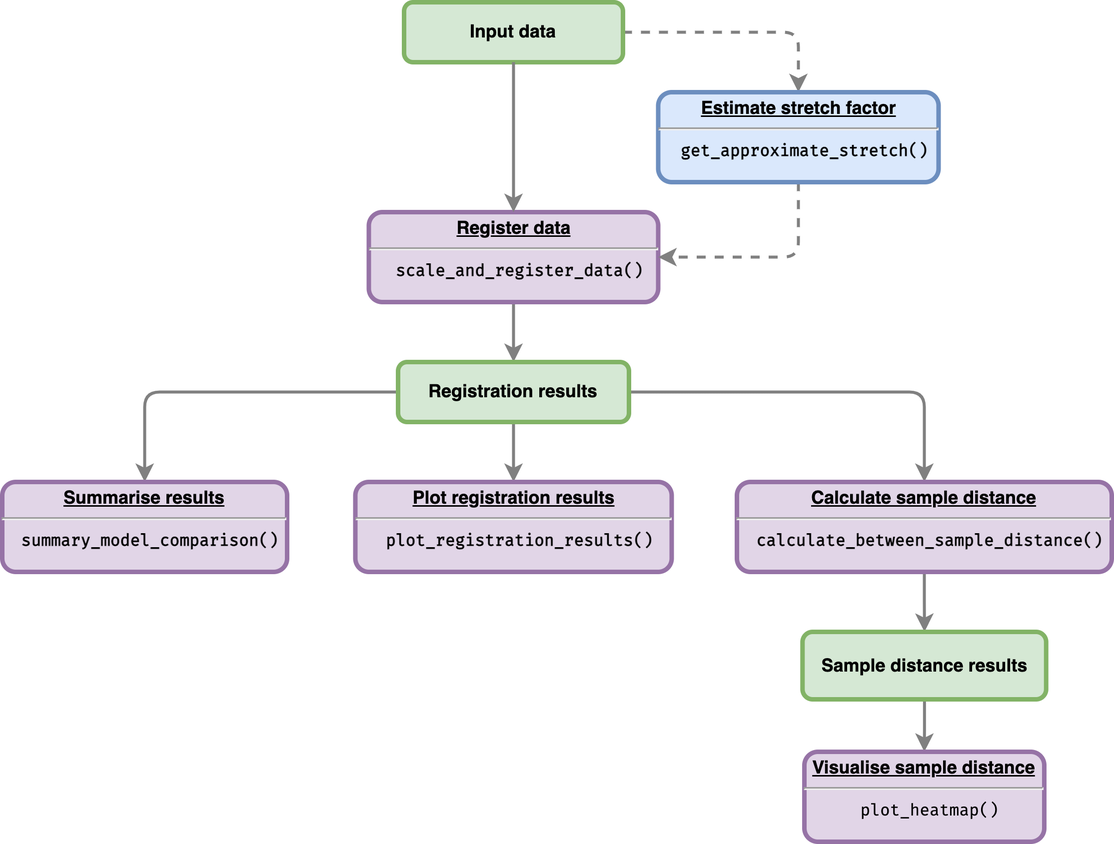
Above: man/figures/greatR_workflow.png in ruthkr/GREAT (draw.io), before the change. Source tidied: cells renumbered, new cells last; positions are measured from the earlier drawing's top-left corner, leaving out a move shared by most shapes.
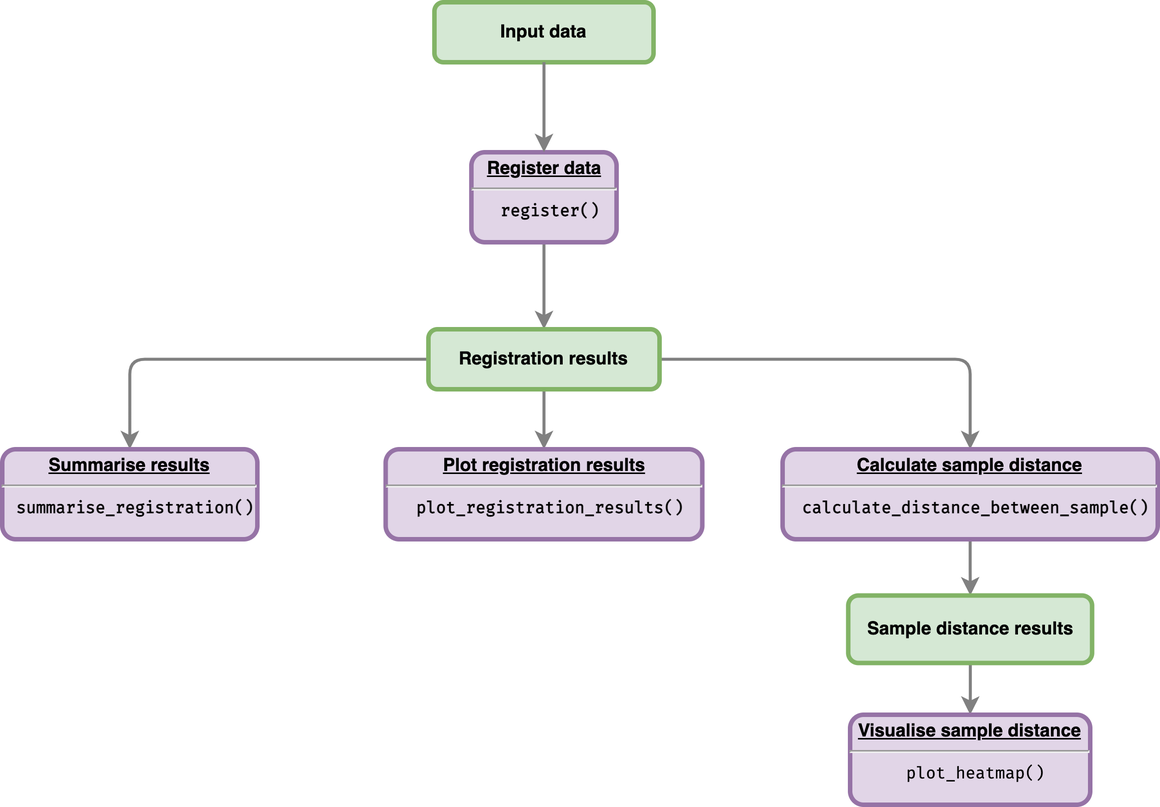
The same file after the commit.

Commit message:
updated greatR workflow

What changed in the source:
```diff
@@ -2,62 +2,53 @@
   <root>
     <mxCell id="0" />
     <mxCell id="1" parent="0" />
-    <mxCell id="2" style="edgeStyle=orthogonalEdgeStyle;rounded=0;jettySize=auto;html=1;strokeColor=#808080;strokeWidth=2;" parent="1" edge="1" source="3" target="13">
-      <mxGeometry relative="1" as="geometry" />
-    </mxCell>
-    <mxCell id="3" value="&lt;p style=&quot;margin: 0px ; margin-top: 4px ; text-align: center ; text-decoration: underline&quot;&gt;&lt;strong&gt;Register data&lt;/strong&gt;&lt;/p&gt;&lt;hr&gt;&lt;p style=&quot;margin: 0px ; margin-left: 8px&quot;&gt;&lt;font face=&quot;Fira Code&quot; style=&quot;font-size: 11px&quot;&gt;scale_and_register_data()&lt;/font&gt;&lt;br&gt;&lt;/p&gt;" style="verticalAlign=middle;align=center;overflow=fill;fontSize=12;fontFamily=Helvetica;html=1;rounded=1;fontStyle=1;strokeWidth=3;fillColor=#e1d5e7;strokeColor=#9673a6;" parent="1" vertex="1">
-      <mxGeometry x="244.5" y="140" width="193" height="60" as="geometry" />
+    <mxCell id="3" style="edgeStyle=orthogonalEdgeStyle;rounded=0;jettySize=auto;html=1;strokeColor=#808080;strokeWidth=2;" parent="1" edge="1" source="5" target="13">
+      <mxGeometry relative="1" as="geometry" />
     </mxCell>
-    <mxCell id="4" style="edgeStyle=orthogonalEdgeStyle;jettySize=auto;html=1;exitX=1;exitY=0.5;exitDx=0;exitDy=0;entryX=0.5;entryY=0;entryDx=0;entryDy=0;strokeColor=#808080;strokeWidth=2;dashed=1;rounded=1;" parent="1" edge="1" source="5" target="9">
-      <mxGeometry relative="1" as="geometry" />
-    </mxCell>
-    <mxCell id="5" value="Input data" style="whiteSpace=wrap;align=center;verticalAlign=middle;fontStyle=1;strokeWidth=3;fillColor=#d5e8d4;strokeColor=#82b366;rounded=1;" parent="1" vertex="1">
-      <mxGeometry x="268" width="146" height="40" as="geometry" />
+    <mxCell id="5" value="&lt;p style=&quot;margin: 0px ; margin-top: 4px ; text-align: center ; text-decoration: underline&quot;&gt;&lt;strong&gt;Register data&lt;/strong&gt;&lt;/p&gt;&lt;hr&gt;&lt;p style=&quot;margin: 0px ; margin-left: 8px&quot;&gt;&lt;font face=&quot;Fira Code&quot; style=&quot;font-size: 11px&quot;&gt;register(&lt;/font&gt;&lt;span style=&quot;font-size: 11px; font-family: &amp;quot;Fira Code&amp;quot;; background-color: initial;&quot;&gt;)&lt;/span&gt;&lt;/p&gt;" style="verticalAlign=middle;align=center;overflow=fill;fontSize=12;fontFamily=Helvetica;html=1;rounded=1;fontStyle=1;strokeWidth=3;fillColor=#e1d5e7;strokeColor=#9673a6;" parent="1" vertex="1">
+      <mxGeometry x="282.6" y="90" width="96.8" height="60" as="geometry" />
     </mxCell>
-    <mxCell id="6" style="edgeStyle=none;noEdgeStyle=1;strokeColor=#808080;strokeWidth=2;" parent="1" edge="1" source="5" target="3">
-      <mxGeometry relative="1" as="geometry" />
-    </mxCell>
-    <mxCell id="7" style="edgeStyle=orthogonalEdgeStyle;rounded=0;orthogonalLoop=1;jettySize=auto;html=1;exitX=0.5;exitY=1;exitDx=0;exitDy=0;" parent="1" edge="1" source="3" target="3">
-      <mxGeometry relative="1" as="geometry" />
-    </mxCell>
-    <mxCell id="8" style="edgeStyle=orthogonalEdgeStyle;rounded=1;jettySize=auto;html=1;exitX=0.5;exitY=1;exitDx=0;exitDy=0;entryX=1;entryY=0.5;entryDx=0;entryDy=0;dashed=1;strokeColor=#808080;strokeWidth=2;" parent="1" edge="1" source="9" target="3">
-      <mxGeometry relative="1" as="geometry" />
-    </mxCell>
-    <mxCell id="9" value="&lt;p style=&quot;margin: 0px ; margin-top: 4px ; text-align: center ; text-decoration: underline&quot;&gt;&lt;strong&gt;Estimate stretch factor&lt;/strong&gt;&lt;/p&gt;&lt;hr&gt;&lt;p style=&quot;margin: 0px ; margin-left: 8px&quot;&gt;&lt;font face=&quot;Fira Code&quot; style=&quot;font-size: 11px&quot;&gt;get_approximate_stretch()&lt;/font&gt;&lt;br&gt;&lt;/p&gt;" style="verticalAlign=middle;align=center;overflow=fill;fontSize=12;fontFamily=Helvetica;html=1;rounded=1;fontStyle=1;strokeWidth=3;fillColor=#dae8fc;strokeColor=#6c8ebf;" parent="1" vertex="1">
-      <mxGeometry x="437.5" y="60" width="187" height="60" as="geometry" />
-    </mxCell>
-    <mxCell id="10" style="edgeStyle=orthogonalEdgeStyle;rounded=1;jettySize=auto;html=1;strokeColor=#808080;strokeWidth=2;" parent="1" edge="1" source="13" target="14">
-      <mxGeometry relative="1" as="geometry" />
-    </mxCell>
+    <mxCell id="21" value="Input data" style="whiteSpace=wrap;align=center;verticalAlign=middle;fontStyle=1;strokeWidth=3;fillColor=#d5e8d4;strokeColor=#82b366;rounded=1;" parent="1" vertex="1">
+      <mxGeometry x="258" y="-10" width="146" height="40" as="geometry" />
+    </mxCell>
+    <mxCell id="22" style="edgeStyle=none;noEdgeStyle=1;strokeColor=#808080;strokeWidth=2;" parent="1" edge="1" source="21" target="5">
+      <mxGeometry relative="1" as="geometry" />
+    </mxCell>
+    <mxCell id="23" style="edgeStyle=orthogonalEdgeStyle;rounded=0;orthogonalLoop=1;jettySize=auto;html=1;exitX=0.5;exitY=1;exitDx=0;exitDy=0;" parent="1" edge="1" source="5" target="5">
+      <mxGeometry relative="1" as="geometry" />
+    </mxCell>
+    <mxCell id="24" style="edgeStyle=orthogonalEdgeStyle;rounded=1;jettySize=auto;html=1;strokeColor=#808080;strokeWidth=2;" parent="1" edge="1" source="13" target="26">
+      <mxGeometry relative="1" as="geometry" />
+    </mxCell>
     <mxCell id="11" style="edgeStyle=orthogonalEdgeStyle;rounded=0;jettySize=auto;html=1;entryX=0.5;entryY=0;entryDx=0;entryDy=0;strokeColor=#808080;strokeWidth=2;" parent="1" edge="1" source="13" target="15">
       <mxGeometry relative="1" as="geometry" />
     </mxCell>
-    <mxCell id="12" style="edgeStyle=orthogonalEdgeStyle;rounded=1;jettySize=auto;html=1;entryX=0.5;entryY=0;entryDx=0;entryDy=0;strokeColor=#808080;strokeWidth=2;" parent="1" edge="1" source="13" target="17">
-      <mxGeometry relative="1" as="geometry" />
-    </mxCell>
+    <mxCell id="25" style="edgeStyle=orthogonalEdgeStyle;rounded=1;jettySize=auto;html=1;entryX=0.5;entryY=0;entryDx=0;entryDy=0;strokeColor=#808080;strokeWidth=2;" parent="1" edge="1" source="13" target="28">
+      <mxGeometry relative="1" as="geometry" />
+    </mxCell>
     <mxCell id="13" value="Registration results" style="whiteSpace=wrap;align=center;verticalAlign=middle;fontStyle=1;strokeWidth=3;fillColor=#d5e8d4;strokeColor=#82b366;rounded=1;" parent="1" vertex="1">
-      <mxGeometry x="264" y="240" width="154" height="40" as="geometry" />
+      <mxGeometry x="254" y="208" width="154" height="40" as="geometry" />
     </mxCell>
-    <mxCell id="14" value="&lt;p style=&quot;margin: 0px ; margin-top: 4px ; text-align: center ; text-decoration: underline&quot;&gt;Summarise results&lt;/p&gt;&lt;hr&gt;&lt;p style=&quot;margin: 0px ; margin-left: 8px&quot;&gt;&lt;font face=&quot;Fira Code&quot; style=&quot;font-size: 11px&quot;&gt;summary_model_comparison()&lt;/font&gt;&lt;br&gt;&lt;/p&gt;" style="verticalAlign=middle;align=center;overflow=fill;fontSize=12;fontFamily=Helvetica;html=1;rounded=1;fontStyle=1;strokeWidth=3;fillColor=#e1d5e7;strokeColor=#9673a6;" parent="1" vertex="1">
-      <mxGeometry y="320" width="190" height="60" as="geometry" />
-    </mxCell>
+    <mxCell id="26" value="&lt;p style=&quot;margin: 0px ; margin-top: 4px ; text-align: center ; text-decoration: underline&quot;&gt;Summarise results&lt;/p&gt;&lt;hr&gt;&lt;p style=&quot;margin: 0px ; margin-left: 8px&quot;&gt;&lt;font face=&quot;Fira Code&quot; style=&quot;font-size: 11px&quot;&gt;summarise_registration()&lt;/font&gt;&lt;br&gt;&lt;/p&gt;" style="verticalAlign=middle;align=center;overflow=fill;fontSize=12;fontFamily=Helvetica;html=1;rounded=1;fontStyle=1;strokeWidth=3;fillColor=#e1d5e7;strokeColor=#9673a6;" parent="1" vertex="1">
+      <mxGeometry x="-30" y="288" width="170" height="60" as="geometry" />
+    </mxCell>
     <mxCell id="15" value="&lt;p style=&quot;margin: 0px ; margin-top: 4px ; text-align: center ; text-decoration: underline&quot;&gt;&lt;strong&gt;Plot registration results&lt;/strong&gt;&lt;/p&gt;&lt;hr&gt;&lt;p style=&quot;margin: 0px ; margin-left: 8px&quot;&gt;&lt;font face=&quot;Fira Code&quot; style=&quot;font-size: 11px&quot;&gt;plot_registration_results()&lt;/font&gt;&lt;br&gt;&lt;/p&gt;" style="verticalAlign=middle;align=center;overflow=fill;fontSize=12;fontFamily=Helvetica;html=1;rounded=1;fontStyle=1;strokeWidth=3;fillColor=#e1d5e7;strokeColor=#9673a6;" parent="1" vertex="1">
-      <mxGeometry x="235.5" y="320" width="211" height="60" as="geometry" />
+      <mxGeometry x="225.5" y="288" width="211" height="60" as="geometry" />
     </mxCell>
-    <mxCell id="16" style="edgeStyle=orthogonalEdgeStyle;rounded=0;jettySize=auto;html=1;strokeColor=#808080;strokeWidth=2;" parent="1" edge="1" source="17" target="19">
-      <mxGeometry relative="1" as="geometry" />
-    </mxCell>
-    <mxCell id="17" value="&lt;p style=&quot;margin: 0px ; margin-top: 4px ; text-align: center ; text-decoration: underline&quot;&gt;&lt;strong&gt;Calculate sample distance&lt;/strong&gt;&lt;/p&gt;&lt;hr&gt;&lt;p style=&quot;margin: 0px ; margin-left: 8px&quot;&gt;&lt;font face=&quot;Fira Code&quot; style=&quot;font-size: 11px&quot;&gt;calculate_between_sample_distance()&lt;/font&gt;&lt;br&gt;&lt;/p&gt;" style="verticalAlign=middle;align=center;overflow=fill;fontSize=12;fontFamily=Helvetica;html=1;rounded=1;fontStyle=1;strokeWidth=3;fillColor=#e1d5e7;strokeColor=#9673a6;" parent="1" vertex="1">
-      <mxGeometry x="490" y="320" width="250" height="60" as="geometry" />
-    </mxCell>
+    <mxCell id="27" style="edgeStyle=orthogonalEdgeStyle;rounded=0;jettySize=auto;html=1;strokeColor=#808080;strokeWidth=2;" parent="1" edge="1" source="28" target="19">
+      <mxGeometry relative="1" as="geometry" />
+    </mxCell>
+    <mxCell id="28" value="&lt;p style=&quot;margin: 0px ; margin-top: 4px ; text-align: center ; text-decoration: underline&quot;&gt;&lt;strong&gt;Calculate sample distance&lt;/strong&gt;&lt;/p&gt;&lt;hr&gt;&lt;p style=&quot;margin: 0px ; margin-left: 8px&quot;&gt;&lt;font face=&quot;Fira Code&quot; style=&quot;font-size: 11px&quot;&gt;calculate_distance_between_sample()&lt;/font&gt;&lt;br&gt;&lt;/p&gt;" style="verticalAlign=middle;align=center;overflow=fill;fontSize=12;fontFamily=Helvetica;html=1;rounded=1;fontStyle=1;strokeWidth=3;fillColor=#e1d5e7;strokeColor=#9673a6;" parent="1" vertex="1">
+      <mxGeometry x="490" y="288" width="250" height="60" as="geometry" />
+    </mxCell>
     <mxCell id="18" style="edgeStyle=orthogonalEdgeStyle;rounded=0;jettySize=auto;html=1;strokeColor=#808080;strokeWidth=2;" parent="1" edge="1" source="19" target="20">
       <mxGeometry relative="1" as="geometry" />
     </mxCell>
     <mxCell id="19" value="Sample distance results" style="whiteSpace=wrap;align=center;verticalAlign=middle;fontStyle=1;strokeWidth=3;fillColor=#d5e8d4;strokeColor=#82b366;rounded=1;glass=0;" parent="1" vertex="1">
-      <mxGeometry x="533.8" y="420" width="162.5" height="45" as="geometry" />
+      <mxGeometry x="533.8" y="385.5" width="162.5" height="45" as="geometry" />
     </mxCell>
     <mxCell id="20" value="&lt;p style=&quot;margin: 0px ; margin-top: 4px ; text-align: center ; text-decoration: underline&quot;&gt;&lt;strong&gt;Visualise sample distance&lt;/strong&gt;&lt;/p&gt;&lt;hr&gt;&lt;p style=&quot;margin: 0px ; margin-left: 8px&quot;&gt;&lt;span style=&quot;font-weight: normal&quot;&gt;&lt;font face=&quot;Fira Code&quot; style=&quot;font-size: 11px&quot;&gt;plot_heatmap()&lt;/font&gt;&lt;/span&gt;&lt;br&gt;&lt;/p&gt;" style="verticalAlign=middle;align=center;overflow=fill;fontSize=12;fontFamily=Helvetica;html=1;rounded=1;fontStyle=1;strokeWidth=3;fillColor=#e1d5e7;strokeColor=#9673a6;" parent="1" vertex="1">
-      <mxGeometry x="535" y="500" width="160" height="60" as="geometry" />
+      <mxGeometry x="535" y="465" width="160" height="60" as="geometry" />
     </mxCell>
   </root>
 </mxGraphModel>
```
